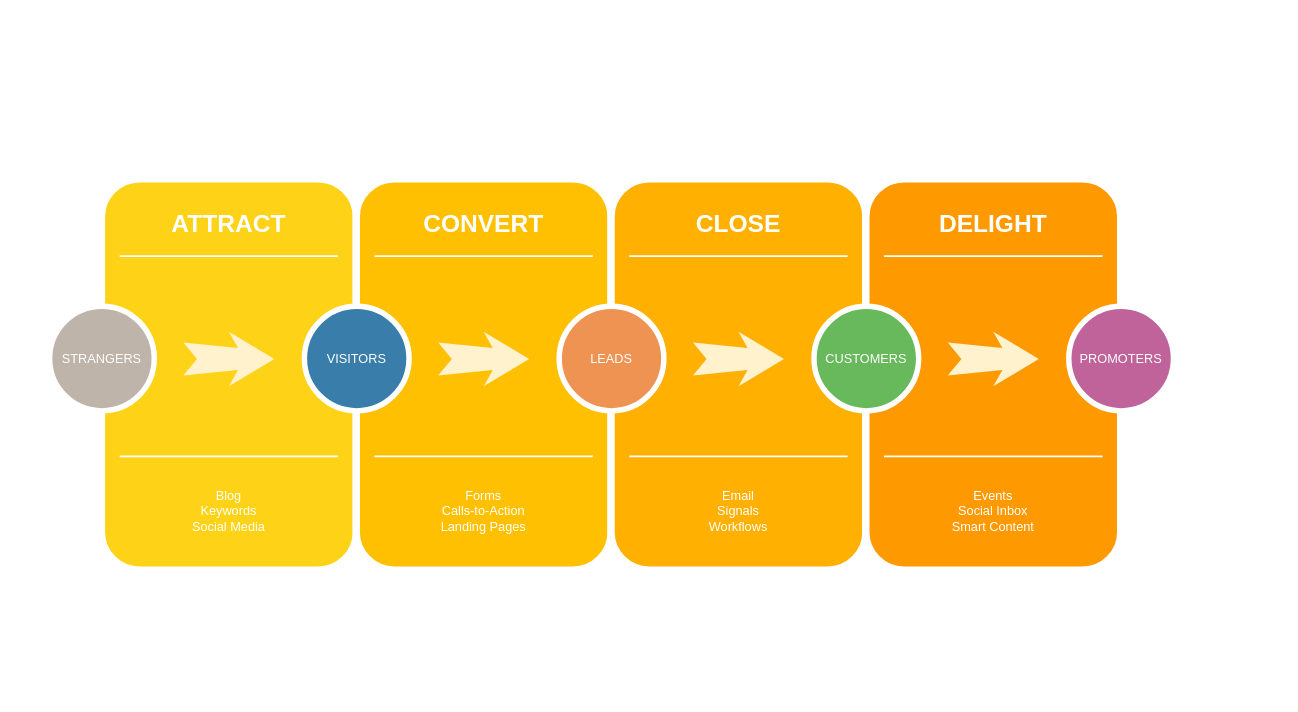
Before: src/doc/Unbenanntes Diagramm.drawio in bramerdaniel/ConsoLovers, a draw.io diagram. Source tidied: cells renumbered, new cells numbered last; positions are measured from the earlier drawing's top-left corner, leaving out a move shared by most shapes. Both pictures are drawn from the tidied source at 91%, with x=0, y=0 at pixel (49, 178).
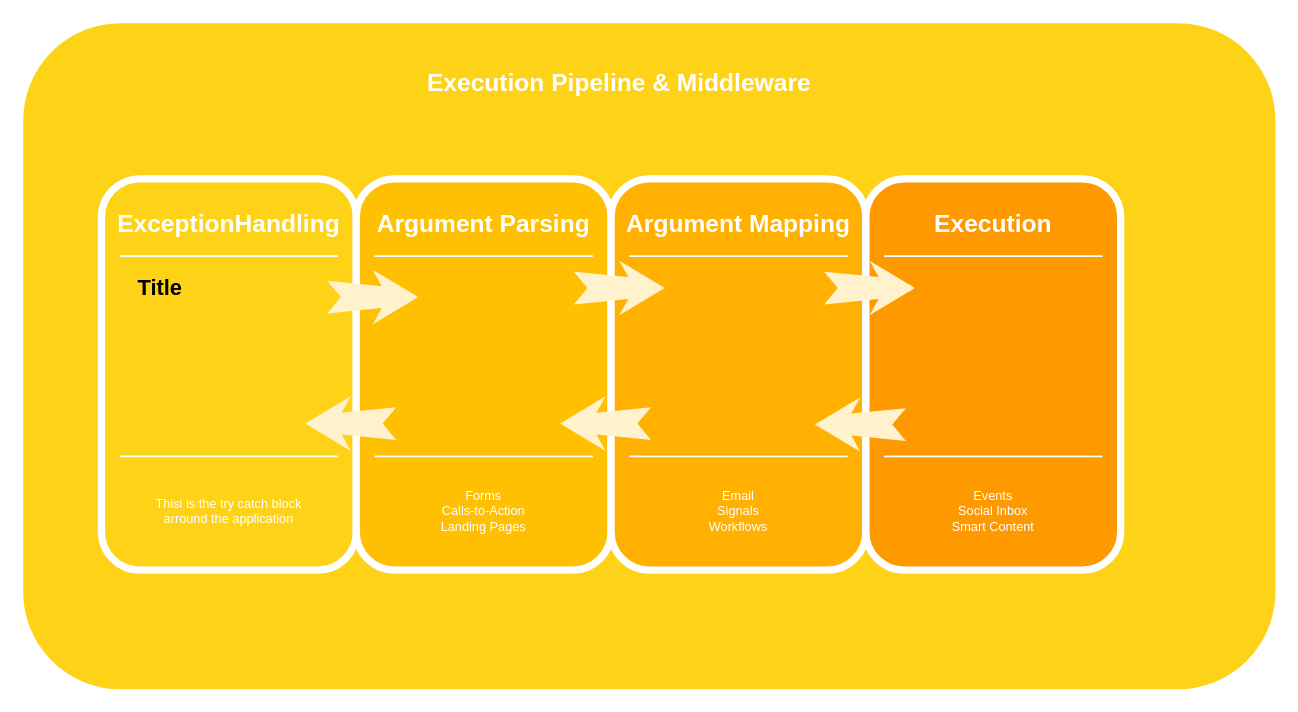
After the change.

Change to the diagram source:
```diff
@@
+    <mxCell id="31" style="whiteSpace=wrap;html=1;rounded=1;shadow=0;strokeWidth=8;fontSize=20;align=center;fillColor=#FED217;strokeColor=#FFFFFF;" parent="1" vertex="1">
+      <mxGeometry x="-33" y="-175" width="1384" height="740" as="geometry" />
+    </mxCell>
@@
-    <mxCell id="3" value="ATTRACT" style="text;html=1;strokeColor=none;fillColor=none;align=center;verticalAlign=middle;whiteSpace=wrap;rounded=0;shadow=0;fontSize=27;fontColor=#FFFFFF;fontStyle=1;" parent="1" vertex="1">
+    <mxCell id="3" value="ExceptionHandling" style="text;html=1;strokeColor=none;fillColor=none;align=center;verticalAlign=middle;whiteSpace=wrap;rounded=0;shadow=0;fontSize=27;fontColor=#FFFFFF;fontStyle=1;" parent="1" vertex="1">
       <mxGeometry x="57" y="20" width="280" height="60" as="geometry" />
     </mxCell>
-    <mxCell id="4" value="Blog&lt;div&gt;Keywords&lt;/div&gt;&lt;div&gt;Social Media&lt;/div&gt;" style="text;html=1;strokeColor=none;fillColor=none;align=center;verticalAlign=middle;whiteSpace=wrap;rounded=0;shadow=0;fontSize=14;fontColor=#FFFFFF;" parent="1" vertex="1">
+    <mxCell id="4" value="Thisi is the try catch block &lt;br&gt;arround the application&lt;br&gt;" style="text;html=1;strokeColor=none;fillColor=none;align=center;verticalAlign=middle;whiteSpace=wrap;rounded=0;shadow=0;fontSize=14;fontColor=#FFFFFF;" parent="1" vertex="1">
       <mxGeometry x="57" y="320" width="280" height="90" as="geometry" />
     </mxCell>
@@
-    <mxCell id="7" value="STRANGERS" style="ellipse;whiteSpace=wrap;html=1;rounded=0;shadow=0;strokeWidth=6;fontSize=14;align=center;fillColor=#BFB4A9;strokeColor=#FFFFFF;fontColor=#FFFFFF;" parent="1" vertex="1">
-      <mxGeometry y="140" width="115" height="115" as="geometry" />
-    </mxCell>
+    <mxCell id="9" style="whiteSpace=wrap;html=1;rounded=1;shadow=0;strokeWidth=8;fontSize=20;align=center;fillColor=#FFC001;strokeColor=#FFFFFF;" parent="1" vertex="1">
+      <mxGeometry x="337" width="280" height="430" as="geometry" />
+    </mxCell>
-    <mxCell id="8" style="html=1;shadow=0;dashed=0;align=center;verticalAlign=middle;shape=mxgraph.arrows2.stylisedArrow;dy=0.6;dx=40;notch=15;feather=0.4;rounded=0;strokeWidth=1;fontSize=27;strokeColor=none;fillColor=#fff2cc;" parent="1" vertex="1">
-      <mxGeometry x="147" y="168" width="100" height="60" as="geometry" />
+    <mxCell id="8" style="html=1;shadow=0;dashed=0;align=center;verticalAlign=middle;shape=mxgraph.arrows2.stylisedArrow;dy=0.6;dx=40;notch=15;feather=0.4;rounded=0;strokeWidth=1;fontSize=27;strokeColor=none;fillColor=#fff2cc;rotation=-180;" parent="1" vertex="1">
+      <mxGeometry x="281" y="239" width="100" height="60" as="geometry" />
     </mxCell>
-    <mxCell id="9" style="whiteSpace=wrap;html=1;rounded=1;shadow=0;strokeWidth=8;fontSize=20;align=center;fillColor=#FFC001;strokeColor=#FFFFFF;" parent="1" vertex="1">
-      <mxGeometry x="337" width="280" height="430" as="geometry" />
-    </mxCell>
-    <mxCell id="10" value="CONVERT" style="text;html=1;strokeColor=none;fillColor=none;align=center;verticalAlign=middle;whiteSpace=wrap;rounded=0;shadow=0;fontSize=27;fontColor=#FFFFFF;fontStyle=1;" parent="1" vertex="1">
+    <mxCell id="10" value="Argument Parsing" style="text;html=1;strokeColor=none;fillColor=none;align=center;verticalAlign=middle;whiteSpace=wrap;rounded=0;shadow=0;fontSize=27;fontColor=#FFFFFF;fontStyle=1;" parent="1" vertex="1">
       <mxGeometry x="337" y="20" width="280" height="60" as="geometry" />
     </mxCell>
@@
-    <mxCell id="14" value="VISITORS" style="ellipse;whiteSpace=wrap;html=1;rounded=0;shadow=0;strokeWidth=6;fontSize=14;align=center;fillColor=#397DAA;strokeColor=#FFFFFF;fontColor=#FFFFFF;" parent="1" vertex="1">
-      <mxGeometry x="280" y="140" width="115" height="115" as="geometry" />
-    </mxCell>
-    <mxCell id="15" style="html=1;shadow=0;dashed=0;align=center;verticalAlign=middle;shape=mxgraph.arrows2.stylisedArrow;dy=0.6;dx=40;notch=15;feather=0.4;rounded=0;strokeWidth=1;fontSize=27;strokeColor=none;fillColor=#fff2cc;" parent="1" vertex="1">
-      <mxGeometry x="427" y="168" width="100" height="60" as="geometry" />
-    </mxCell>
@@
-    <mxCell id="17" value="CLOSE" style="text;html=1;strokeColor=none;fillColor=none;align=center;verticalAlign=middle;whiteSpace=wrap;rounded=0;shadow=0;fontSize=27;fontColor=#FFFFFF;fontStyle=1;" parent="1" vertex="1">
+    <mxCell id="17" value="Argument Mapping" style="text;html=1;strokeColor=none;fillColor=none;align=center;verticalAlign=middle;whiteSpace=wrap;rounded=0;shadow=0;fontSize=27;fontColor=#FFFFFF;fontStyle=1;" parent="1" vertex="1">
       <mxGeometry x="617" y="20" width="280" height="60" as="geometry" />
     </mxCell>
@@
-    <mxCell id="21" value="LEADS" style="ellipse;whiteSpace=wrap;html=1;rounded=0;shadow=0;strokeWidth=6;fontSize=14;align=center;fillColor=#EF9353;strokeColor=#FFFFFF;fontColor=#FFFFFF;" parent="1" vertex="1">
-      <mxGeometry x="560" y="140" width="115" height="115" as="geometry" />
-    </mxCell>
-    <mxCell id="22" style="html=1;shadow=0;dashed=0;align=center;verticalAlign=middle;shape=mxgraph.arrows2.stylisedArrow;dy=0.6;dx=40;notch=15;feather=0.4;rounded=0;strokeWidth=1;fontSize=27;strokeColor=none;fillColor=#fff2cc;" parent="1" vertex="1">
-      <mxGeometry x="707" y="168" width="100" height="60" as="geometry" />
-    </mxCell>
@@
-    <mxCell id="24" value="DELIGHT" style="text;html=1;strokeColor=none;fillColor=none;align=center;verticalAlign=middle;whiteSpace=wrap;rounded=0;shadow=0;fontSize=27;fontColor=#FFFFFF;fontStyle=1;" parent="1" vertex="1">
+    <mxCell id="24" value="Execution" style="text;html=1;strokeColor=none;fillColor=none;align=center;verticalAlign=middle;whiteSpace=wrap;rounded=0;shadow=0;fontSize=27;fontColor=#FFFFFF;fontStyle=1;" parent="1" vertex="1">
       <mxGeometry x="897" y="20" width="280" height="60" as="geometry" />
     </mxCell>
@@
-    <mxCell id="28" value="CUSTOMERS" style="ellipse;whiteSpace=wrap;html=1;rounded=0;shadow=0;strokeWidth=6;fontSize=14;align=center;fillColor=#68B85C;strokeColor=#FFFFFF;fontColor=#FFFFFF;" parent="1" vertex="1">
-      <mxGeometry x="840" y="140" width="115" height="115" as="geometry" />
-    </mxCell>
-    <mxCell id="29" style="html=1;shadow=0;dashed=0;align=center;verticalAlign=middle;shape=mxgraph.arrows2.stylisedArrow;dy=0.6;dx=40;notch=15;feather=0.4;rounded=0;strokeWidth=1;fontSize=27;strokeColor=none;fillColor=#fff2cc;" parent="1" vertex="1">
-      <mxGeometry x="987" y="168" width="100" height="60" as="geometry" />
-    </mxCell>
-    <mxCell id="30" value="PROMOTERS" style="ellipse;whiteSpace=wrap;html=1;rounded=0;shadow=0;strokeWidth=6;fontSize=14;align=center;fillColor=#BF639A;strokeColor=#FFFFFF;fontColor=#FFFFFF;" parent="1" vertex="1">
-      <mxGeometry x="1120" y="140" width="115" height="115" as="geometry" />
-    </mxCell>
+    <mxCell id="32" value="Execution Pipeline &amp;amp; Middleware" style="text;html=1;strokeColor=none;fillColor=none;align=center;verticalAlign=middle;whiteSpace=wrap;rounded=0;shadow=0;fontSize=27;fontColor=#FFFFFF;fontStyle=1;" parent="1" vertex="1">
+      <mxGeometry x="21" y="-135" width="1210" height="60" as="geometry" />
+    </mxCell>
+    <mxCell id="33" style="html=1;shadow=0;dashed=0;align=center;verticalAlign=middle;shape=mxgraph.arrows2.stylisedArrow;dy=0.6;dx=40;notch=15;feather=0.4;rounded=0;strokeWidth=1;fontSize=27;strokeColor=none;fillColor=#fff2cc;" parent="1" vertex="1">
+      <mxGeometry x="576" y="90" width="100" height="60" as="geometry" />
+    </mxCell>
+    <mxCell id="34" style="html=1;shadow=0;dashed=0;align=center;verticalAlign=middle;shape=mxgraph.arrows2.stylisedArrow;dy=0.6;dx=40;notch=15;feather=0.4;rounded=0;strokeWidth=1;fontSize=27;strokeColor=none;fillColor=#fff2cc;" parent="1" vertex="1">
+      <mxGeometry x="851" y="90" width="100" height="60" as="geometry" />
+    </mxCell>
+    <mxCell id="35" style="html=1;shadow=0;dashed=0;align=center;verticalAlign=middle;shape=mxgraph.arrows2.stylisedArrow;dy=0.6;dx=40;notch=15;feather=0.4;rounded=0;strokeWidth=1;fontSize=27;strokeColor=none;fillColor=#fff2cc;" parent="1" vertex="1">
+      <mxGeometry x="305" y="100" width="100" height="60" as="geometry" />
+    </mxCell>
+    <mxCell id="36" style="html=1;shadow=0;dashed=0;align=center;verticalAlign=middle;shape=mxgraph.arrows2.stylisedArrow;dy=0.6;dx=40;notch=15;feather=0.4;rounded=0;strokeWidth=1;fontSize=27;strokeColor=none;fillColor=#fff2cc;rotation=-180;" parent="1" vertex="1">
+      <mxGeometry x="841" y="240" width="100" height="60" as="geometry" />
+    </mxCell>
+    <mxCell id="37" style="html=1;shadow=0;dashed=0;align=center;verticalAlign=middle;shape=mxgraph.arrows2.stylisedArrow;dy=0.6;dx=40;notch=15;feather=0.4;rounded=0;strokeWidth=1;fontSize=27;strokeColor=none;fillColor=#fff2cc;rotation=-180;" parent="1" vertex="1">
+      <mxGeometry x="561" y="239" width="100" height="60" as="geometry" />
+    </mxCell>
+    <mxCell id="38" value="Title" style="text;strokeColor=none;fillColor=none;html=1;fontSize=24;fontStyle=1;verticalAlign=middle;align=center;" parent="1" vertex="1">
+      <mxGeometry x="71" y="100" width="100" height="40" as="geometry" />
+    </mxCell>
```
